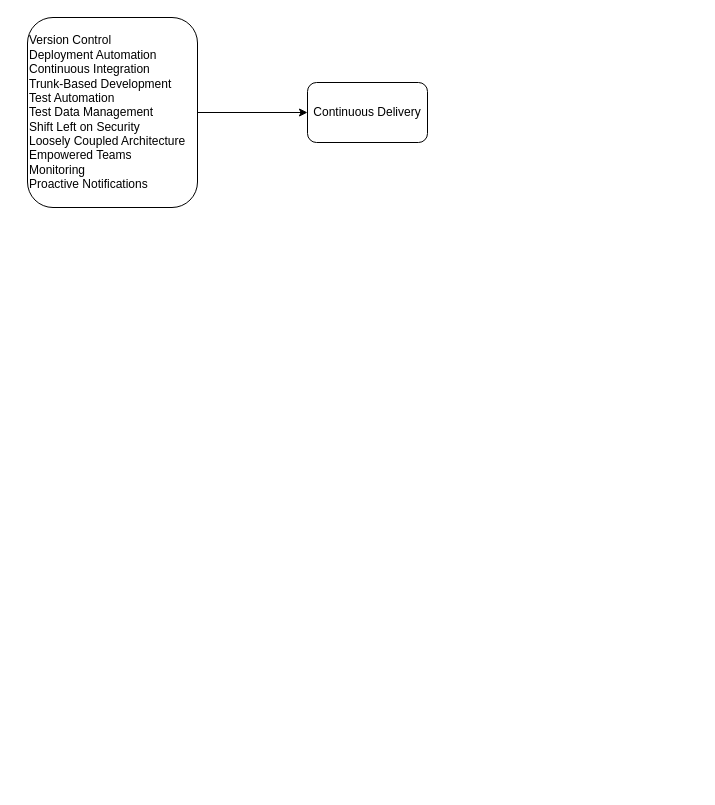
This is relationship.drawio from patrickschlaepfer/iccdiagrams, a draw.io file, before an edit. Source tidied: cells renumbered, new cells numbered last; positions are measured from the earlier drawing's top-left corner, leaving out a move shared by most shapes. Both pictures are drawn from the tidied source at 100%, with x=0, y=0 at pixel (27, 17).
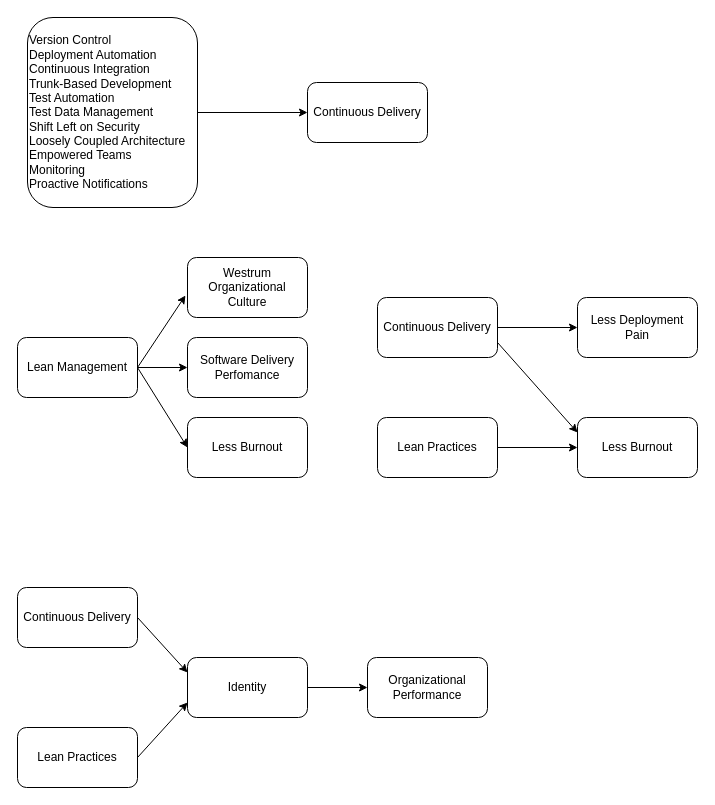
The same page after the edit.

The edit, as a diff of the source:
```diff
@@
+    <mxCell id="5" value="Lean Management" style="rounded=1;whiteSpace=wrap;html=1;align=center;" parent="1" vertex="1">
+      <mxGeometry x="-10" y="320" width="120" height="60" as="geometry" />
+    </mxCell>
+    <mxCell id="6" value="Westrum Organizational Culture" style="rounded=1;whiteSpace=wrap;html=1;align=center;" parent="1" vertex="1">
+      <mxGeometry x="160" y="240" width="120" height="60" as="geometry" />
+    </mxCell>
+    <mxCell id="7" value="Software Delivery Perfomance" style="rounded=1;whiteSpace=wrap;html=1;align=center;" parent="1" vertex="1">
+      <mxGeometry x="160" y="320" width="120" height="60" as="geometry" />
+    </mxCell>
+    <mxCell id="8" value="Less Burnout" style="rounded=1;whiteSpace=wrap;html=1;align=center;" parent="1" vertex="1">
+      <mxGeometry x="160" y="400" width="120" height="60" as="geometry" />
+    </mxCell>
+    <mxCell id="9" style="endArrow=classic;html=1;rounded=0;exitX=1;exitY=0.5;exitDx=0;exitDy=0;entryX=-0.017;entryY=0.633;entryDx=0;entryDy=0;entryPerimeter=0;" parent="1" edge="1" source="5" target="6">
+      <mxGeometry relative="1" as="geometry" />
+    </mxCell>
+    <mxCell id="10" style="endArrow=classic;html=1;rounded=0;exitX=1;exitY=0.5;exitDx=0;exitDy=0;entryX=0;entryY=0.5;entryDx=0;entryDy=0;" parent="1" edge="1" source="5" target="7">
+      <mxGeometry relative="1" as="geometry" />
+    </mxCell>
+    <mxCell id="11" style="endArrow=classic;html=1;rounded=0;exitX=1;exitY=0.5;exitDx=0;exitDy=0;entryX=0;entryY=0.5;entryDx=0;entryDy=0;" parent="1" edge="1" source="5" target="8">
+      <mxGeometry relative="1" as="geometry" />
+    </mxCell>
+    <mxCell id="12" value="Lean Practices" style="rounded=1;whiteSpace=wrap;html=1;align=center;" parent="1" vertex="1">
+      <mxGeometry x="350" y="400" width="120" height="60" as="geometry" />
+    </mxCell>
+    <mxCell id="13" value="Continuous Delivery" style="rounded=1;whiteSpace=wrap;html=1;align=center;" parent="1" vertex="1">
+      <mxGeometry x="350" y="280" width="120" height="60" as="geometry" />
+    </mxCell>
+    <mxCell id="14" value="Less Deployment Pain" style="rounded=1;whiteSpace=wrap;html=1;align=center;" parent="1" vertex="1">
+      <mxGeometry x="550" y="280" width="120" height="60" as="geometry" />
+    </mxCell>
+    <mxCell id="15" value="Less Burnout" style="rounded=1;whiteSpace=wrap;html=1;align=center;" parent="1" vertex="1">
+      <mxGeometry x="550" y="400" width="120" height="60" as="geometry" />
+    </mxCell>
+    <mxCell id="16" style="endArrow=classic;html=1;rounded=0;exitX=1;exitY=0.5;exitDx=0;exitDy=0;entryX=0;entryY=0.5;entryDx=0;entryDy=0;" parent="1" edge="1" source="13" target="14">
+      <mxGeometry relative="1" as="geometry" />
+    </mxCell>
+    <mxCell id="17" style="endArrow=classic;html=1;rounded=0;exitX=1;exitY=0.75;exitDx=0;exitDy=0;entryX=0;entryY=0.25;entryDx=0;entryDy=0;" parent="1" edge="1" source="13" target="15">
+      <mxGeometry relative="1" as="geometry" />
+    </mxCell>
+    <mxCell id="18" style="endArrow=classic;html=1;rounded=0;exitX=1;exitY=0.5;exitDx=0;exitDy=0;entryX=0;entryY=0.5;entryDx=0;entryDy=0;" parent="1" edge="1" source="12" target="15">
+      <mxGeometry relative="1" as="geometry" />
+    </mxCell>
+    <mxCell id="19" value="Continuous Delivery" style="rounded=1;whiteSpace=wrap;html=1;align=center;" parent="1" vertex="1">
+      <mxGeometry x="-10" y="570" width="120" height="60" as="geometry" />
+    </mxCell>
+    <mxCell id="20" value="Lean Practices" style="rounded=1;whiteSpace=wrap;html=1;align=center;" parent="1" vertex="1">
+      <mxGeometry x="-10" y="710" width="120" height="60" as="geometry" />
+    </mxCell>
+    <mxCell id="21" style="edgeStyle=orthogonalEdgeStyle;rounded=0;jettySize=auto;html=1;exitX=1;exitY=0.5;exitDx=0;exitDy=0;" parent="1" edge="1" source="22" target="23">
+      <mxGeometry relative="1" as="geometry" />
+    </mxCell>
+    <mxCell id="22" value="Identity" style="rounded=1;whiteSpace=wrap;html=1;align=center;" parent="1" vertex="1">
+      <mxGeometry x="160" y="640" width="120" height="60" as="geometry" />
+    </mxCell>
+    <mxCell id="23" value="Organizational Performance" style="rounded=1;whiteSpace=wrap;html=1;align=center;" parent="1" vertex="1">
+      <mxGeometry x="340" y="640" width="120" height="60" as="geometry" />
+    </mxCell>
+    <mxCell id="24" style="endArrow=classic;html=1;rounded=0;exitX=1;exitY=0.5;exitDx=0;exitDy=0;entryX=0;entryY=0.75;entryDx=0;entryDy=0;" parent="1" edge="1" source="20" target="22">
+      <mxGeometry relative="1" as="geometry" />
+    </mxCell>
+    <mxCell id="25" style="endArrow=classic;html=1;rounded=0;exitX=1;exitY=0.5;exitDx=0;exitDy=0;entryX=0;entryY=0.25;entryDx=0;entryDy=0;" parent="1" edge="1" source="19" target="22">
+      <mxGeometry relative="1" as="geometry" />
+    </mxCell>
```
